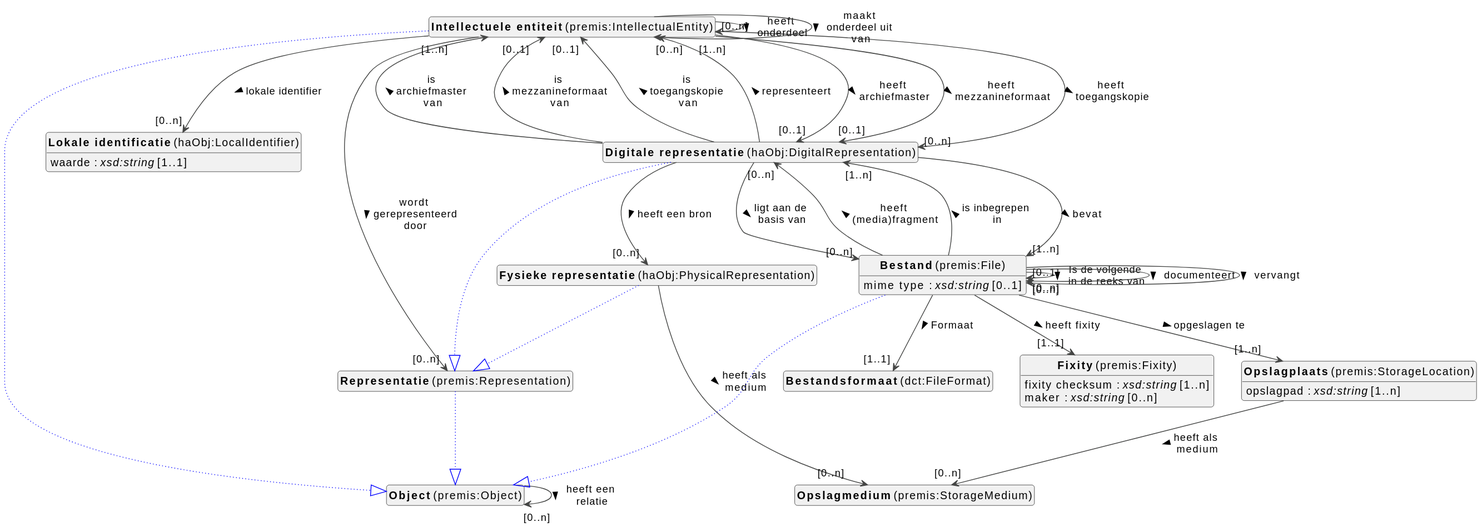
Before: docs/metadata/modellen/object-diagram.svg, a diagram exported from PlantUML (viaacode/documentation-jekyll).
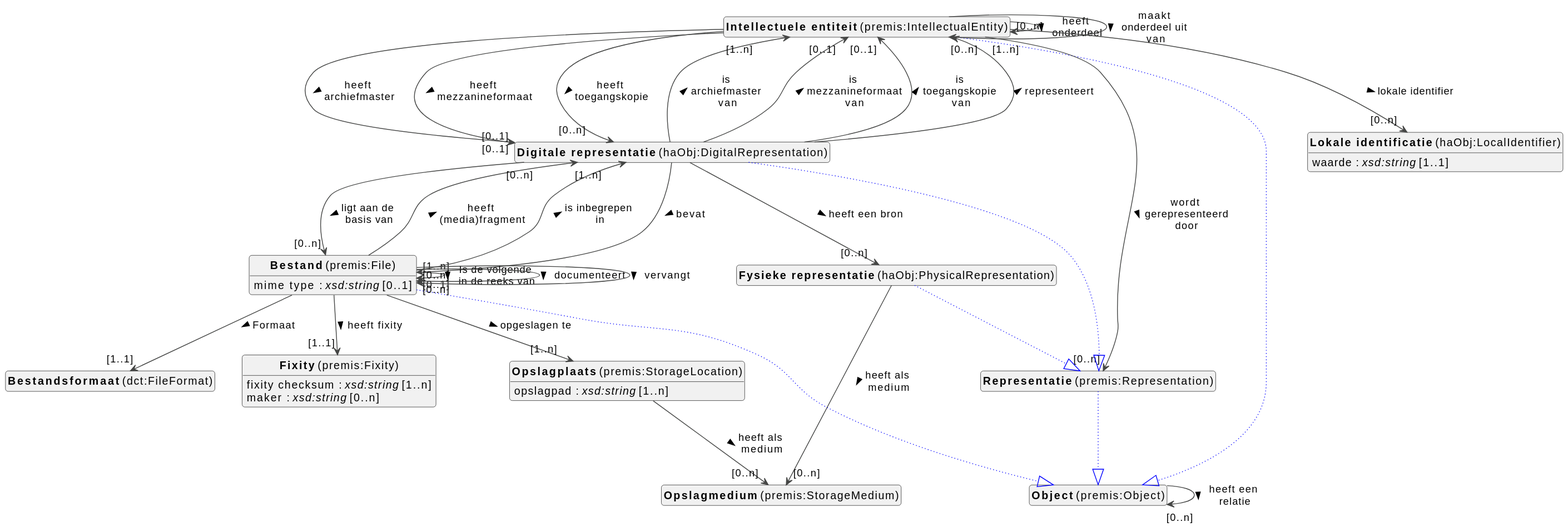
After the change.

Commit message:
Update class ref

Change to the diagram source:
```diff
@@ -16,9 +16,9 @@
 class "<b>Fixity</b> (premis:Fixity)" as premis_Fixity [[#premis%3AFixity]]
 class "<b>Opslagplaats</b> (premis:StorageLocation)" as premis_StorageLocation [[#premis%3AStorageLocation]]
 class "<b>Lokale identificatie</b> (haObj:LocalIdentifier)" as haObj_LocalIdentifier [[#haObj%3ALocalIdentifier]]
-class "<b>Opslagmedium</b> (premis:StorageMedium)" as premis_StorageMedium [[#premis%3AStorageMedium]]
 class "<b>Representatie</b> (premis:Representation)" as premis_Representation [[#premis%3ARepresentation]]
 class "<b>Bestandsformaat</b> (dct:FileFormat)" as dct_FileFormat [[#dct%3AFileFormat]]
+class "<b>Opslagmedium</b> (premis:StorageMedium)" as premis_StorageMedium [[#premis%3AStorageMedium]]
 
 
 
@@ -100,9 +100,9 @@
 haObj_LocalIdentifier : waarde : <i>xsd:string</i> [1..1]
 
 
+premis_Representation --|> premis_Object #blue;line.dotted;text:blue
 
 
-premis_Representation --|> premis_Object #blue;line.dotted;text:blue
 
 
 
```
